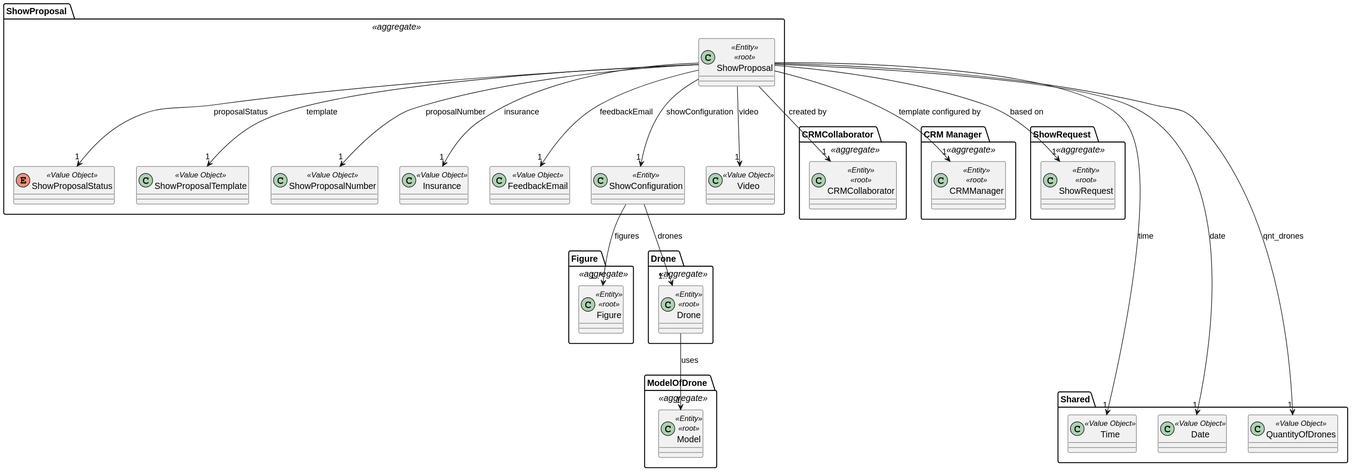
The PlantUML diagram docs/global_artifacts/analysis/images/domain_model_show_proposal.svg in diogoveirospro/sem4pi-2024-2025-sem4pi_2024_2025_g44, before a commit.
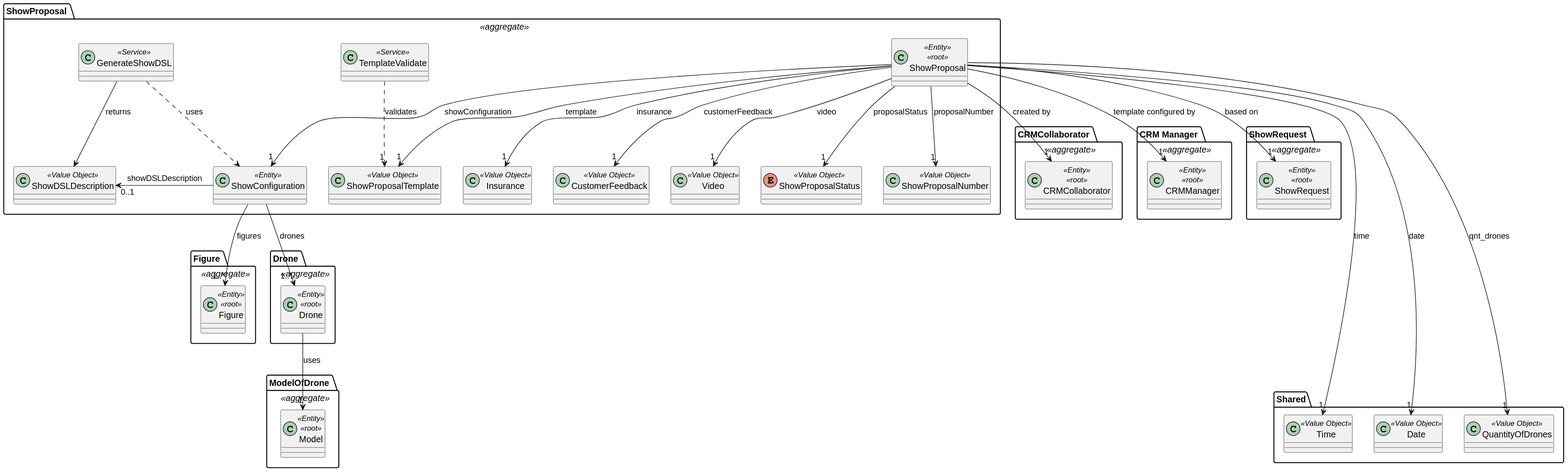
The same diagram one commit later.

Commit message:
Addition of services to the domain model to validate the show proposal template, drone language, and show DSL description

Diff of the diagram source:
```diff
@@ -54,7 +54,7 @@
     class Insurance <<Value Object>>{
     }
 
-    class FeedbackEmail <<Value Object>>{
+    class CustomerFeedback <<Value Object>>{
     }
 
     class ShowConfiguration <<Entity>>{
@@ -63,8 +63,16 @@
     class Video <<Value Object>>{
     }
 
+    class TemplateValidate <<Service>> {
+    }
 
-    ShowProposal --> "1" FeedbackEmail: feedbackEmail
+    class ShowDSLDescription <<Value Object>> {
+    }
+
+    class GenerateShowDSL <<Service>> {
+    }
+
+    ShowProposal --> "1" CustomerFeedback: customerFeedback
     ShowProposal --> "1" CRMCollaborator: created by
     ShowProposal --> "1" CRMManager: template configured by
     ShowProposal --> "1" ShowRequest: based on
@@ -75,8 +83,14 @@
     ShowProposal --> "1" ShowConfiguration: showConfiguration
     ShowProposal --> "1" Video: video
 
+    GenerateShowDSL ..> ShowConfiguration: uses
+    GenerateShowDSL --> ShowDSLDescription: returns
+
+    TemplateValidate ..> "1" ShowProposalTemplate: validates
+
     ShowConfiguration --> "1..*" Drone: drones
     ShowConfiguration --> "1..*" Figure: figures
+    ShowConfiguration -> "0..1" ShowDSLDescription: showDSLDescription
 
     Drone --> "1" Model: uses
 }
```
